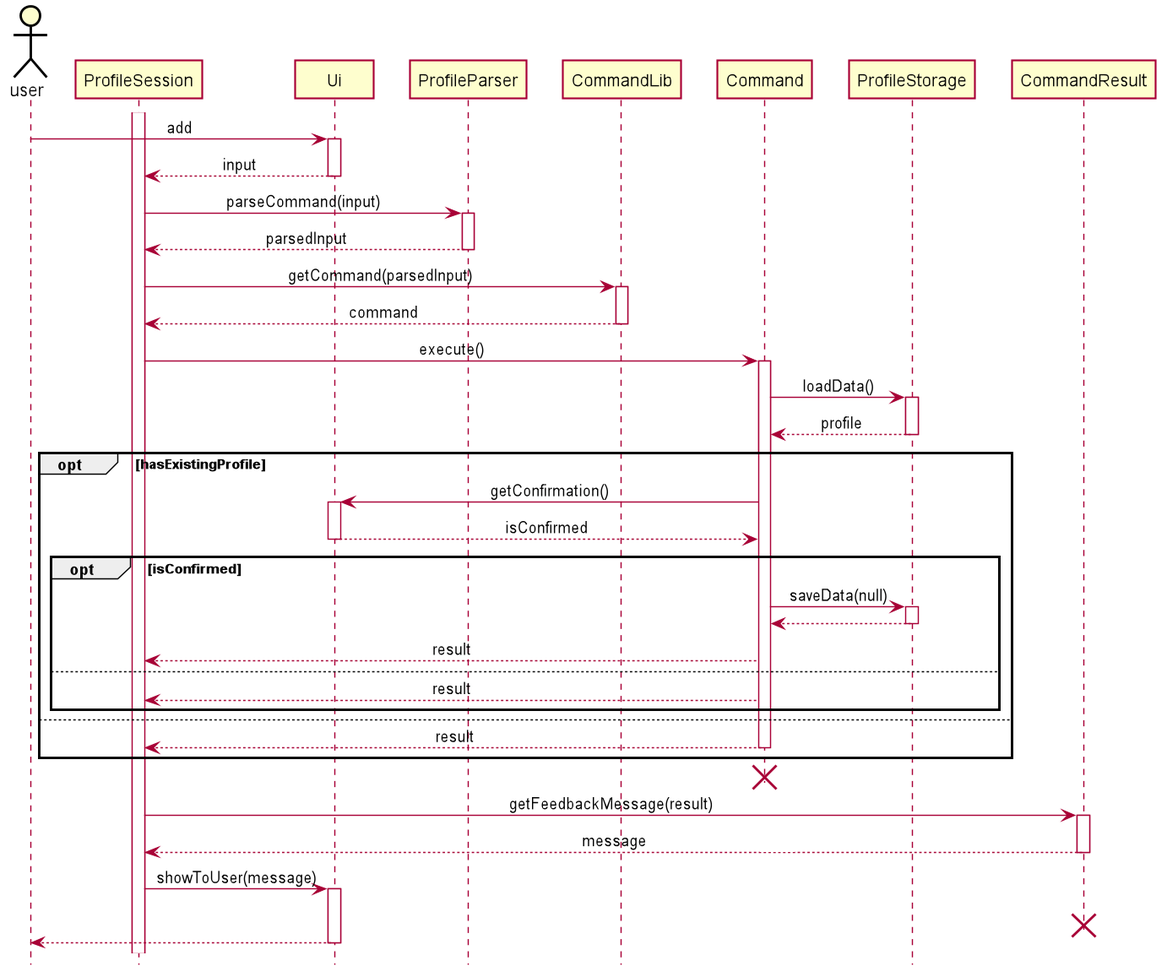
Earlier version of the PlantUML export docs/pictures/khoa/DeleteProfile.png (zsk612/tp). Its diagram source:
```plantuml
@startuml





skinparam Class {
    FontColor #FFFFFF
    BorderThickness 1
    BorderColor #FFFFFF
    StereotypeFontColor #FFFFFF
    FontName Arial
}

skinparam Actor {
    BorderColor #000000
    Color #000000
    FontName Arial
}

skinparam Sequence {
    MessageAlign center
    BoxFontSize 13
    BoxPadding 0
    BoxFontColor #FFFFFF
    FontName Arial
}

skinparam Participant {
    Padding 20
}

skinparam MinClassWidth 50
skinparam ParticipantPadding 10
skinparam Shadowing false
skinparam DefaultTextAlignment center
skinparam packageStyle Rectangle
skinparam BackgroundColor #FFFFFFF

hide footbox
hide members
hide circle

actor user
activate ProfileSession
user -> Ui++ : add
Ui --> ProfileSession -- : input

ProfileSession -> ProfileParser ++ : parseCommand(input)
ProfileParser --> ProfileSession -- : parsedInput

ProfileSession -> CommandLib ++ : getCommand(parsedInput)
CommandLib --> ProfileSession -- : command

ProfileSession -> Command ++ : execute()
Command -> ProfileStorage ++ : loadData()
ProfileStorage --> Command -- : profile

opt hasExistingProfile
    Command -> Ui ++ : getConfirmation()
    Ui --> Command -- : isConfirmed

    opt isConfirmed
        Command -> ProfileStorage ++ : saveData(null)
        ProfileStorage --> Command --
        Command --> ProfileSession: result
    else
        Command --> ProfileSession: result
    end
else
    Command --> ProfileSession -- : result
end

deactivate Command
destroy Command

ProfileSession -> CommandResult ++ : getFeedbackMessage(result)
CommandResult --> ProfileSession -- : message
ProfileSession -> Ui ++ : showToUser(message)
destroy CommandResult
Ui --> user
deactivate Ui
@enduml
```
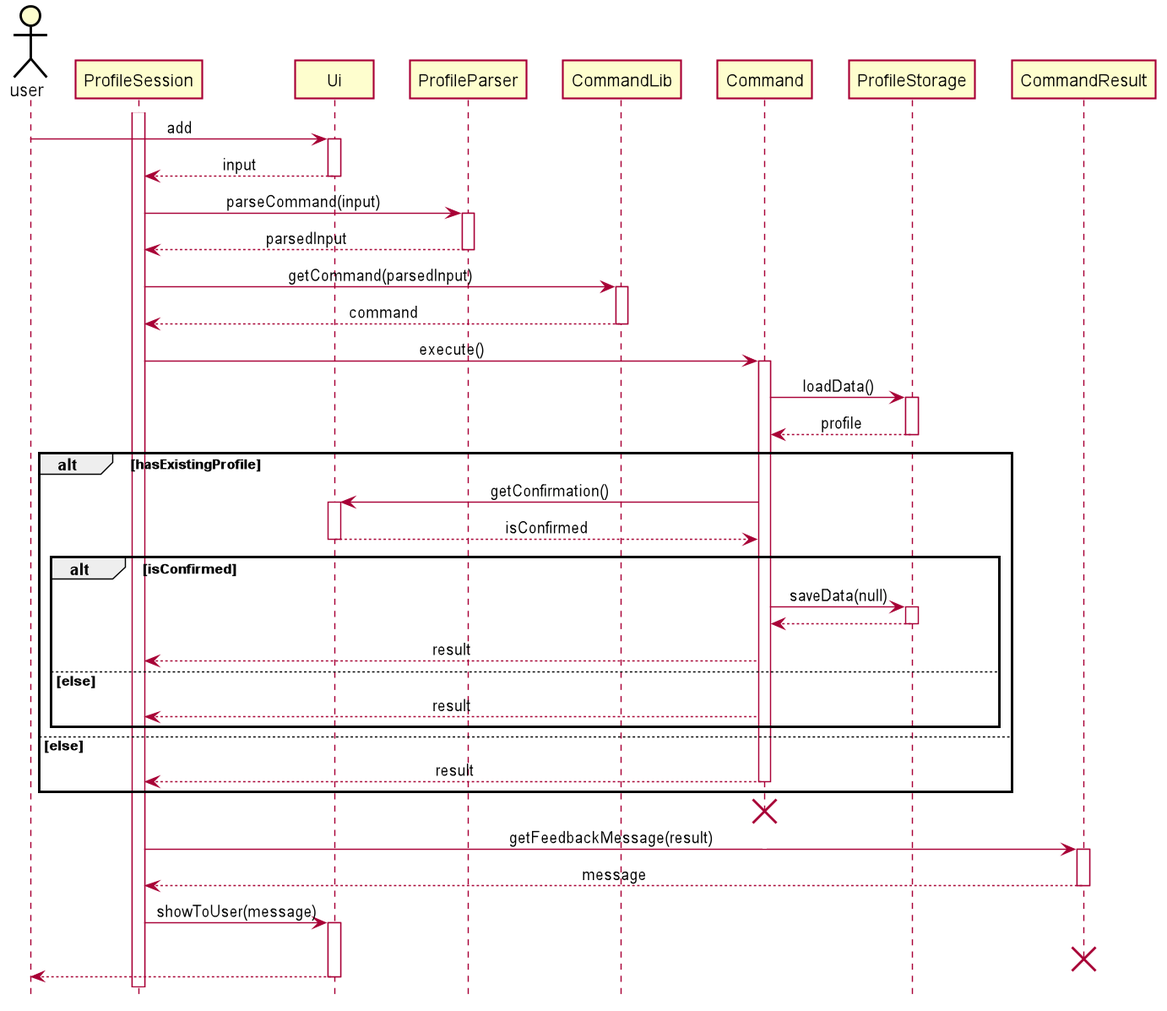
Later version of the same file.

What changed in the source:
```diff
@@ -56,18 +56,18 @@
 Command -> ProfileStorage ++ : loadData()
 ProfileStorage --> Command -- : profile
 
-opt hasExistingProfile
+alt hasExistingProfile
     Command -> Ui ++ : getConfirmation()
     Ui --> Command -- : isConfirmed
 
-    opt isConfirmed
+    alt isConfirmed
         Command -> ProfileStorage ++ : saveData(null)
         ProfileStorage --> Command --
         Command --> ProfileSession: result
-    else
+    else else
         Command --> ProfileSession: result
     end
-else
+else else
     Command --> ProfileSession -- : result
 end
 
```
